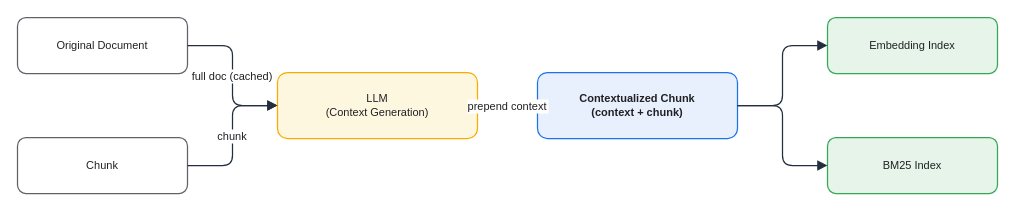
This is assets/img/ai/rag-02-contextual-retrieval.drawio from KKamJi98/kkamji98.github.io, a draw.io file, before an edit. Source tidied: cells renumbered, new cells numbered last; positions are measured from the earlier drawing's top-left corner, leaving out a move shared by most shapes. Both pictures are drawn from the tidied source at 100%, with x=0, y=0 at pixel (17, 17).
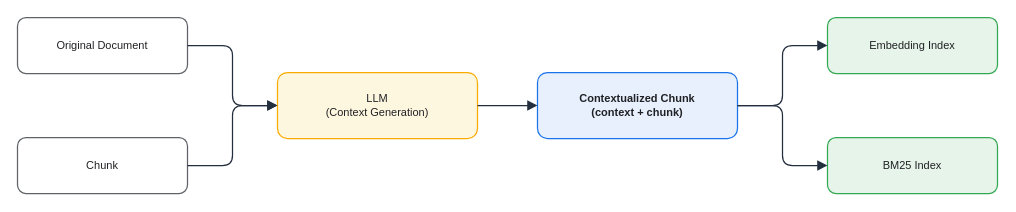
After the change.

Change to the diagram source:
```diff
@@
 <mxGraphModel background="#FFFFFF">
   <root>
     <mxCell id="0" />
     <mxCell id="1" parent="0" />
     <mxCell id="2" value="Original Document" style="rounded=1;whiteSpace=wrap;html=0;fillColor=#FFFFFF;strokeColor=#5F6368;shadow=0;fontSize=11;fontColor=#202124;strokeWidth=1.25;" parent="1" vertex="1">
       <mxGeometry width="170" height="56" as="geometry" />
     </mxCell>
     <mxCell id="3" value="Chunk" style="rounded=1;whiteSpace=wrap;html=0;fillColor=#FFFFFF;strokeColor=#5F6368;shadow=0;fontSize=11;fontColor=#202124;strokeWidth=1.25;" parent="1" vertex="1">
       <mxGeometry y="120" width="170" height="56" as="geometry" />
     </mxCell>
     <mxCell id="4" value="LLM&#10;(Context Generation)" style="rounded=1;whiteSpace=wrap;html=0;fillColor=#FEF7E0;strokeColor=#F9AB00;shadow=0;fontSize=11;fontColor=#202124;strokeWidth=1.25;" parent="1" vertex="1">
       <mxGeometry x="260" y="55" width="200" height="66" as="geometry" />
     </mxCell>
     <mxCell id="5" value="Contextualized Chunk&#10;(context + chunk)" style="rounded=1;whiteSpace=wrap;html=0;fillColor=#E8F0FE;strokeColor=#1A73E8;shadow=0;fontSize=11;fontColor=#202124;fontStyle=1;strokeWidth=1.25;" parent="1" vertex="1">
       <mxGeometry x="520" y="55" width="200" height="66" as="geometry" />
     </mxCell>
     <mxCell id="6" value="Embedding Index" style="rounded=1;whiteSpace=wrap;html=0;fillColor=#E6F4EA;strokeColor=#34A853;shadow=0;fontSize=11;fontColor=#202124;strokeWidth=1.25;" parent="1" vertex="1">
       <mxGeometry x="810" width="170" height="56" as="geometry" />
     </mxCell>
     <mxCell id="7" value="BM25 Index" style="rounded=1;whiteSpace=wrap;html=0;fillColor=#E6F4EA;strokeColor=#34A853;shadow=0;fontSize=11;fontColor=#202124;strokeWidth=1.25;" parent="1" vertex="1">
       <mxGeometry x="810" y="120" width="170" height="56" as="geometry" />
     </mxCell>
-    <mxCell id="8" value="full doc (cached)" style="edgeStyle=orthogonalEdgeStyle;rounded=1;html=0;endArrow=block;strokeColor=#232F3E;fontColor=#202124;fontSize=11;labelBackgroundColor=#FFFFFF;strokeWidth=1.25;endSize=7;" parent="1" edge="1" source="2" target="4">
+    <mxCell id="8" style="edgeStyle=orthogonalEdgeStyle;rounded=1;html=0;endArrow=block;strokeColor=#232F3E;fontColor=#202124;fontSize=11;labelBackgroundColor=none;strokeWidth=1.25;endSize=7;" parent="1" edge="1" source="2" target="4">
       <mxGeometry relative="1" as="geometry" />
     </mxCell>
-    <mxCell id="9" value="chunk" style="edgeStyle=orthogonalEdgeStyle;rounded=1;html=0;endArrow=block;strokeColor=#232F3E;fontColor=#202124;fontSize=11;labelBackgroundColor=#FFFFFF;strokeWidth=1.25;endSize=7;" parent="1" edge="1" source="3" target="4">
+    <mxCell id="9" style="edgeStyle=orthogonalEdgeStyle;rounded=1;html=0;endArrow=block;strokeColor=#232F3E;fontColor=#202124;fontSize=11;labelBackgroundColor=none;strokeWidth=1.25;endSize=7;" parent="1" edge="1" source="3" target="4">
       <mxGeometry relative="1" as="geometry" />
     </mxCell>
-    <mxCell id="10" value="prepend context" style="edgeStyle=orthogonalEdgeStyle;rounded=1;html=0;endArrow=block;strokeColor=#232F3E;fontColor=#202124;fontSize=11;labelBackgroundColor=#FFFFFF;strokeWidth=1.25;endSize=7;" parent="1" edge="1" source="4" target="5">
+    <mxCell id="10" style="edgeStyle=orthogonalEdgeStyle;rounded=1;html=0;endArrow=block;strokeColor=#232F3E;fontColor=#202124;fontSize=11;labelBackgroundColor=none;strokeWidth=1.25;endSize=7;" parent="1" edge="1" source="4" target="5">
       <mxGeometry relative="1" as="geometry" />
     </mxCell>
     <mxCell id="11" style="edgeStyle=orthogonalEdgeStyle;rounded=1;html=0;endArrow=block;strokeColor=#232F3E;fontColor=#202124;strokeWidth=1.25;endSize=7;" parent="1" edge="1" source="5" target="6">
       <mxGeometry relative="1" as="geometry" />
     </mxCell>
     <mxCell id="12" style="edgeStyle=orthogonalEdgeStyle;rounded=1;html=0;endArrow=block;strokeColor=#232F3E;fontColor=#202124;strokeWidth=1.25;endSize=7;" parent="1" edge="1" source="5" target="7">
       <mxGeometry relative="1" as="geometry" />
     </mxCell>
   </root>
 </mxGraphModel>
```
